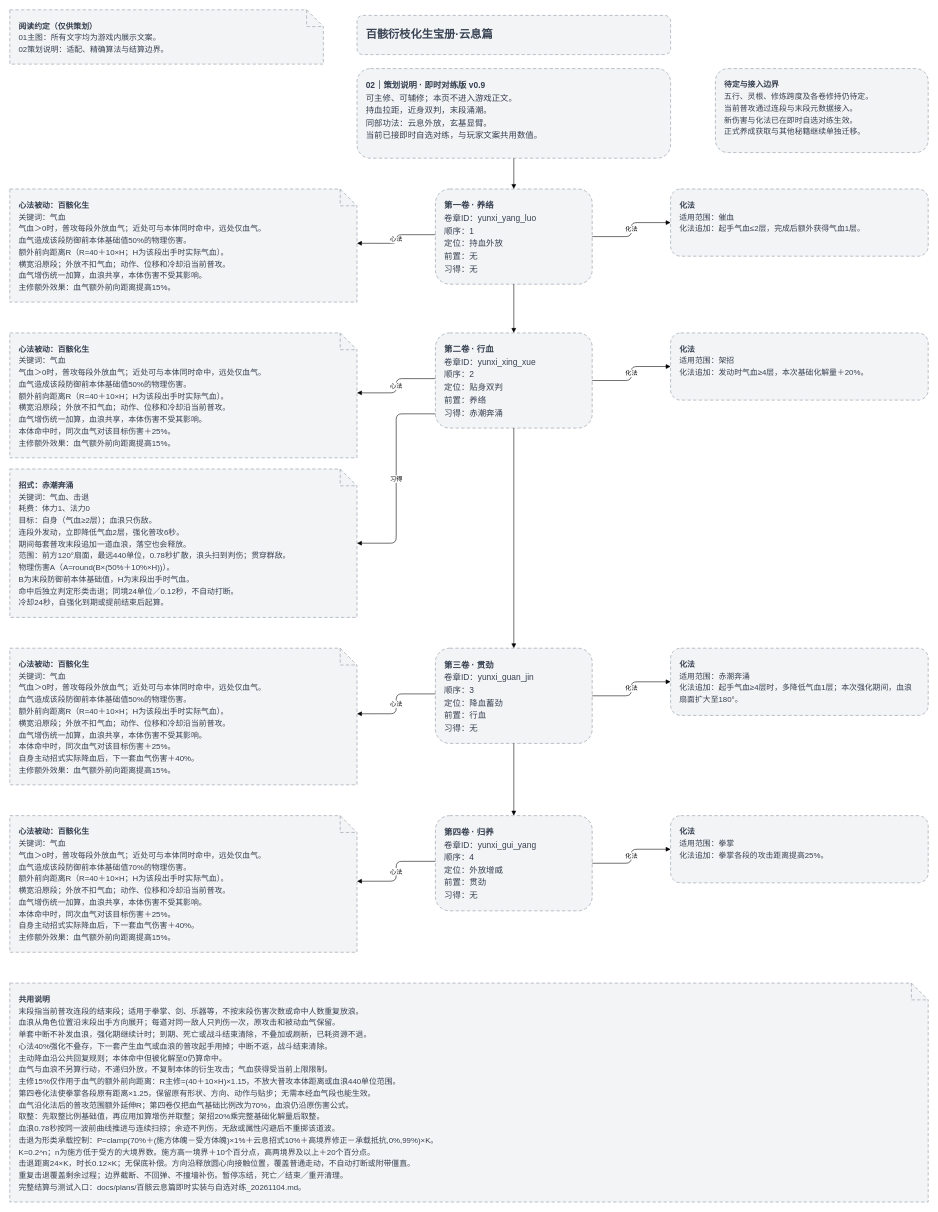
The draw.io diagram page "02 策划说明（内部）" (2 of 2) of docs/秘籍词典/drawio/新版秘籍/百骸衍枝化生宝册·云息篇.drawio in ankundanetracyc-spec/tian-guan-you-du, before the edit. Source tidied: cells renumbered, new cells numbered last; positions are measured from the earlier drawing's top-left corner, leaving out a move shared by most shapes. Both pictures are drawn from the tidied source at 56%, with x=0, y=0 at pixel (10, 10).
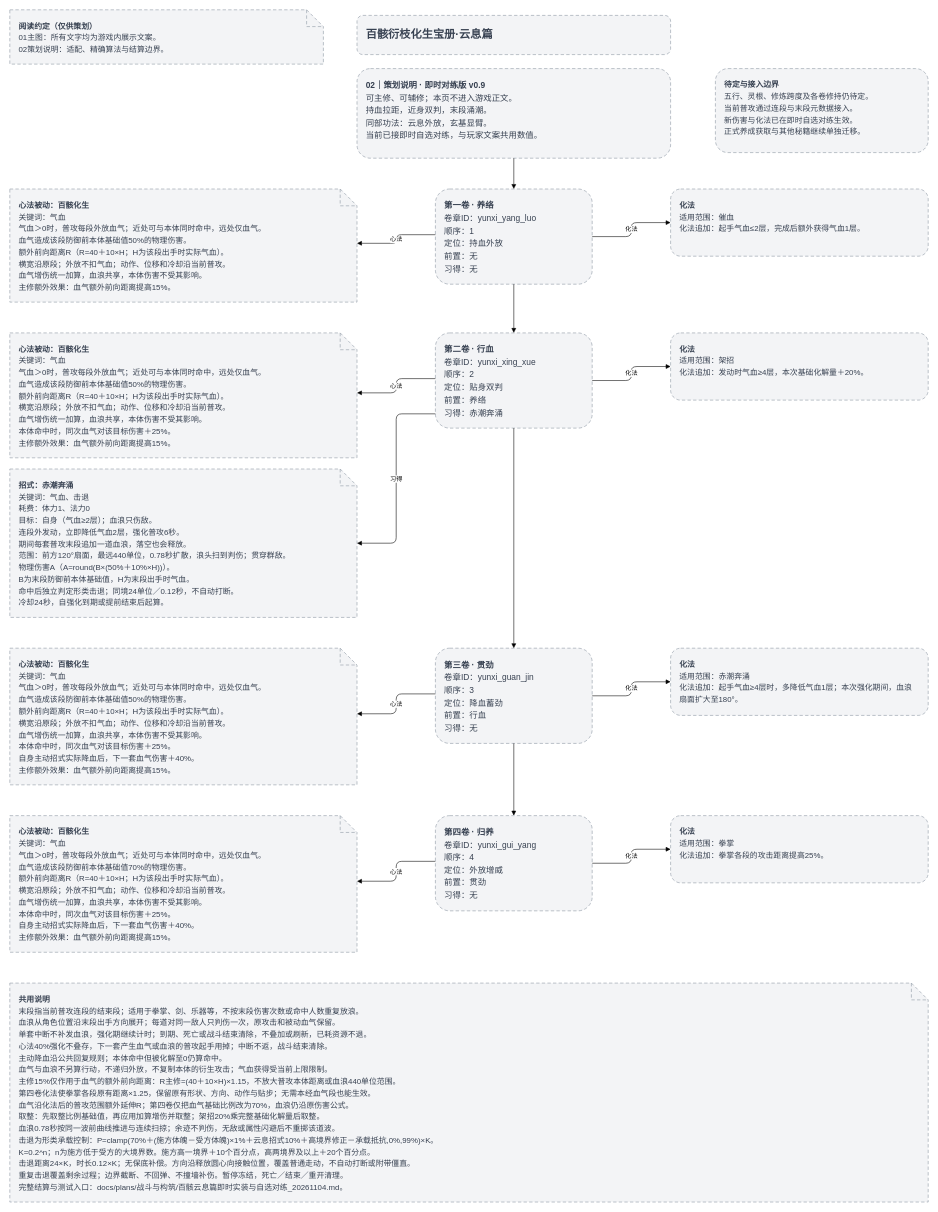
The same page after the edit.

The edit, as a diff of the source:
```diff
@@
-    <mxCell id="31" value="&lt;div style=&quot;line-height:1.5;text-align:left;&quot;&gt;&lt;b&gt;共用说明&lt;/b&gt;&lt;br&gt;末段指当前普攻连段的结束段；适用于拳掌、剑、乐器等，不按末段伤害次数或命中人数重复放浪。&lt;br&gt;血浪从角色位置沿末段出手方向展开；每道对同一敌人只判伤一次，原攻击和被动血气保留。&lt;br&gt;单套中断不补发血浪，强化期继续计时；到期、死亡或战斗结束清除，不叠加或刷新，已耗资源不退。&lt;br&gt;心法40%强化不叠存，下一套产生血气或血浪的普攻起手用掉；中断不返，战斗结束清除。&lt;br&gt;主动降血沿公共回复规则；本体命中但被化解至0仍算命中。&lt;br&gt;血气与血浪不另算行动，不递归外放，不复制本体的衍生攻击；气血获得受当前上限限制。&lt;br&gt;主修15%仅作用于血气的额外前向距离：R主修=(40＋10×H)×1.15，不放大普攻本体距离或血浪440单位范围。&lt;br&gt;第四卷化法使拳掌各段原有距离×1.25，保留原有形状、方向、动作与贴步；无需本经血气段也能生效。&lt;br&gt;血气沿化法后的普攻范围额外延伸R；第四卷仅把血气基础比例改为70%，血浪仍沿原伤害公式。&lt;br&gt;取整：先取整比例基础值，再应用加算增伤并取整；架招20%乘完整基础化解量后取整。&lt;br&gt;血浪0.78秒按同一波前曲线推进与连续扫掠；余迹不判伤，无敌或属性闪避后不重掷该道波。&lt;br&gt;击退为形类承载控制：P=clamp(70%＋(施方体魄－受方体魄)×1%＋云息招式10%＋高境界修正－承载抵抗,0%,99%)×K。&lt;br&gt;K=0.2^n；n为施方低于受方的大境界数。施方高一境界＋10个百分点，高两境界及以上＋20个百分点。&lt;br&gt;击退距离24×K，时长0.12×K；无保底补偿。方向沿释放圆心向接触位置，覆盖普通走动，不自动打断或附带僵直。&lt;br&gt;重复击退覆盖剩余过程；边界截断、不回弹、不撞墙补伤。暂停冻结，死亡／结束／重开清理。&lt;br&gt;完整结算与测试入口：docs/plans/百骸云息篇即时实装与自选对练_20261104.md。&lt;/div&gt;" style="shape=note;whiteSpace=wrap;html=1;fontSize=14;fontFamily=Microsoft YaHei;align=left;verticalAlign=top;spacingTop=14;spacingBottom=14;fillColor=#f3f4f6;strokeColor=#8993a0;fontColor=#374151;dashed=1;dashPattern=6 4;spacing=0;spacingLeft=16;spacingRight=16;" parent="1" vertex="1">
+    <mxCell id="31" value="&lt;div style=&quot;line-height:1.5;text-align:left;&quot;&gt;&lt;b&gt;共用说明&lt;/b&gt;&lt;br&gt;末段指当前普攻连段的结束段；适用于拳掌、剑、乐器等，不按末段伤害次数或命中人数重复放浪。&lt;br&gt;血浪从角色位置沿末段出手方向展开；每道对同一敌人只判伤一次，原攻击和被动血气保留。&lt;br&gt;单套中断不补发血浪，强化期继续计时；到期、死亡或战斗结束清除，不叠加或刷新，已耗资源不退。&lt;br&gt;心法40%强化不叠存，下一套产生血气或血浪的普攻起手用掉；中断不返，战斗结束清除。&lt;br&gt;主动降血沿公共回复规则；本体命中但被化解至0仍算命中。&lt;br&gt;血气与血浪不另算行动，不递归外放，不复制本体的衍生攻击；气血获得受当前上限限制。&lt;br&gt;主修15%仅作用于血气的额外前向距离：R主修=(40＋10×H)×1.15，不放大普攻本体距离或血浪440单位范围。&lt;br&gt;第四卷化法使拳掌各段原有距离×1.25，保留原有形状、方向、动作与贴步；无需本经血气段也能生效。&lt;br&gt;血气沿化法后的普攻范围额外延伸R；第四卷仅把血气基础比例改为70%，血浪仍沿原伤害公式。&lt;br&gt;取整：先取整比例基础值，再应用加算增伤并取整；架招20%乘完整基础化解量后取整。&lt;br&gt;血浪0.78秒按同一波前曲线推进与连续扫掠；余迹不判伤，无敌或属性闪避后不重掷该道波。&lt;br&gt;击退为形类承载控制：P=clamp(70%＋(施方体魄－受方体魄)×1%＋云息招式10%＋高境界修正－承载抵抗,0%,99%)×K。&lt;br&gt;K=0.2^n；n为施方低于受方的大境界数。施方高一境界＋10个百分点，高两境界及以上＋20个百分点。&lt;br&gt;击退距离24×K，时长0.12×K；无保底补偿。方向沿释放圆心向接触位置，覆盖普通走动，不自动打断或附带僵直。&lt;br&gt;重复击退覆盖剩余过程；边界截断、不回弹、不撞墙补伤。暂停冻结，死亡／结束／重开清理。&lt;br&gt;完整结算与测试入口：docs/plans/战斗与构筑/百骸云息篇即时实装与自选对练_20261104.md。&lt;/div&gt;" style="shape=note;whiteSpace=wrap;html=1;fontSize=14;fontFamily=Microsoft YaHei;align=left;verticalAlign=top;spacingTop=14;spacingBottom=14;fillColor=#f3f4f6;strokeColor=#8993a0;fontColor=#374151;dashed=1;dashPattern=6 4;spacing=0;spacingLeft=16;spacingRight=16;" parent="1" vertex="1">
       <mxGeometry y="1738" width="1640" height="391" as="geometry" />
     </mxCell>
```
